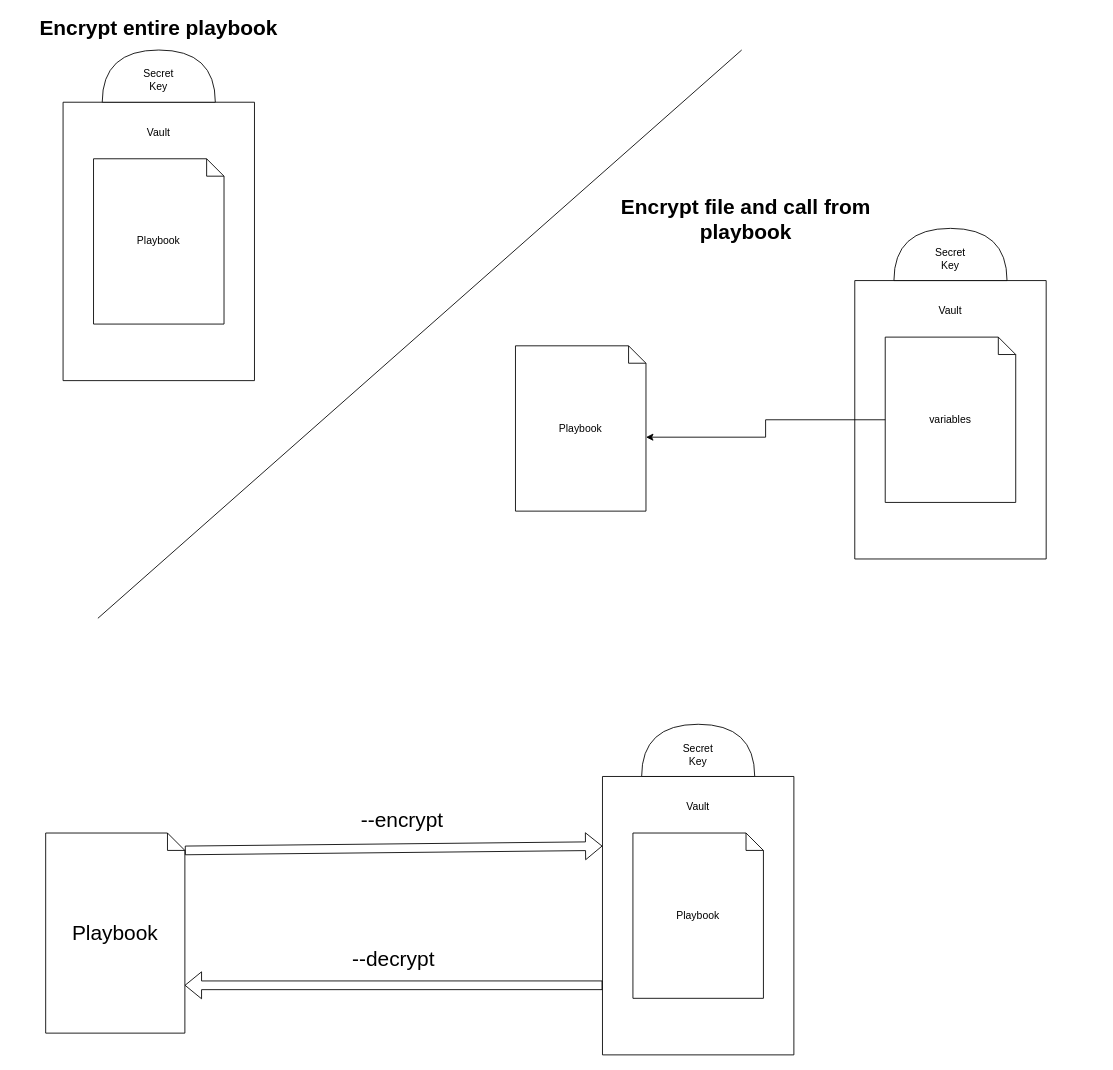
Before: page "Page-4" (4 of 5) of Untitled Diagram.drawio in DevOpsAl/DOProject, a draw.io diagram. Source tidied: cells renumbered, new cells numbered last; positions are measured from the earlier drawing's top-left corner, leaving out a move shared by most shapes. Both pictures are drawn from the tidied source at 87%, with x=0, y=0 at pixel (15, 15).
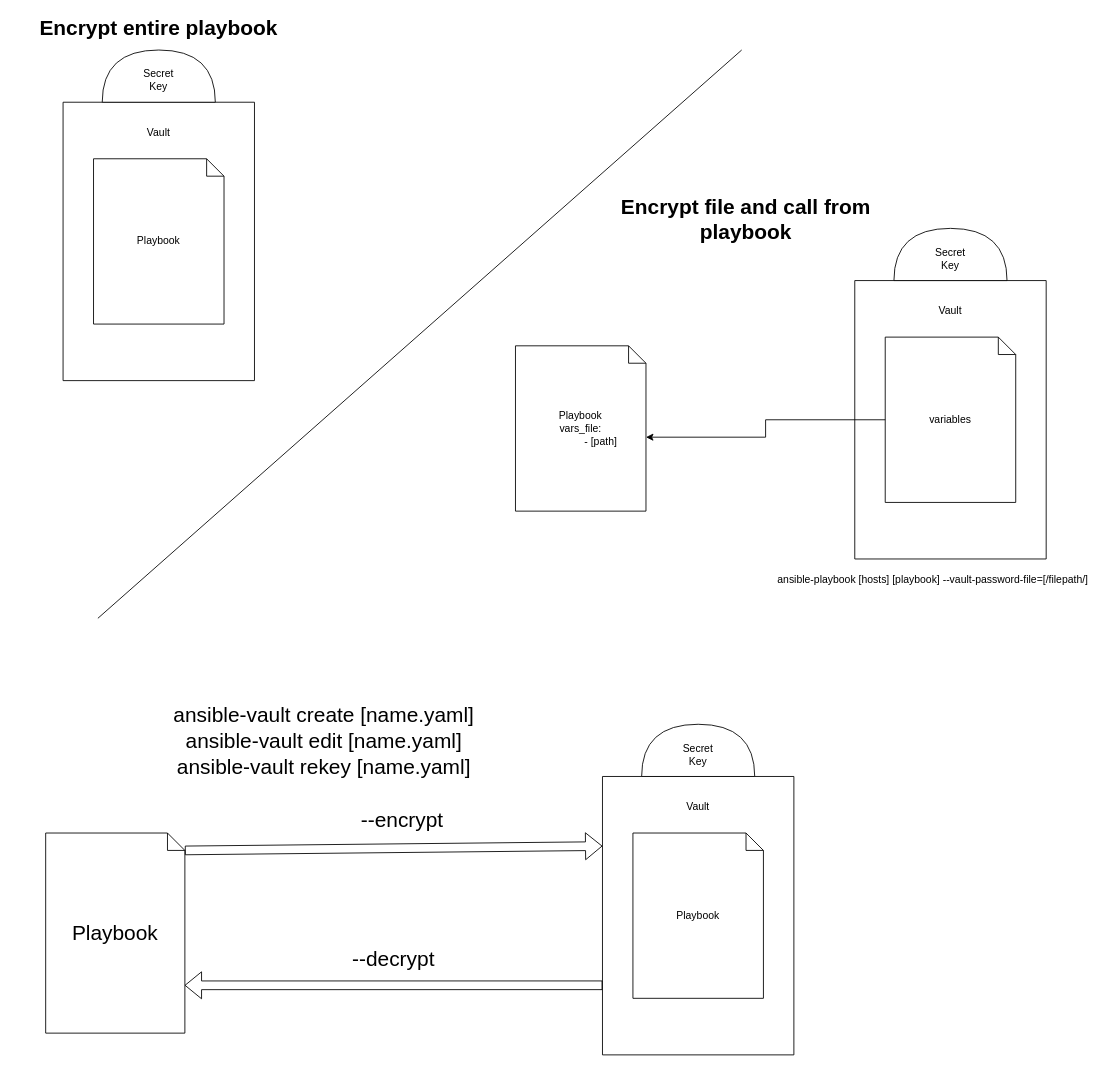
Above is the later version.

What changed in the source:
```diff
@@
-    <mxCell id="13" value="Playbook" style="shape=note;size=20;whiteSpace=wrap;html=1;" parent="1" vertex="1">
+    <mxCell id="13" value="Playbook&lt;br&gt;vars_file:&lt;br&gt;&amp;nbsp; &amp;nbsp; &amp;nbsp; &amp;nbsp; &amp;nbsp; &amp;nbsp; &amp;nbsp; - [path]" style="shape=note;size=20;whiteSpace=wrap;html=1;" parent="1" vertex="1">
       <mxGeometry x="575" y="380" width="150" height="190" as="geometry" />
     </mxCell>
@@
+    <mxCell id="27" value="ansible-vault create [name.yaml]" style="text;html=1;strokeColor=none;fillColor=none;align=center;verticalAlign=middle;whiteSpace=wrap;rounded=0;fontSize=24;" parent="1" vertex="1">
+      <mxGeometry x="105" y="790" width="500" height="30" as="geometry" />
+    </mxCell>
+    <mxCell id="28" value="ansible-vault edit [name.yaml]" style="text;html=1;strokeColor=none;fillColor=none;align=center;verticalAlign=middle;whiteSpace=wrap;rounded=0;fontSize=24;" parent="1" vertex="1">
+      <mxGeometry x="105" y="820" width="500" height="30" as="geometry" />
+    </mxCell>
+    <mxCell id="29" value="ansible-vault rekey [name.yaml]" style="text;html=1;strokeColor=none;fillColor=none;align=center;verticalAlign=middle;whiteSpace=wrap;rounded=0;fontSize=24;" parent="1" vertex="1">
+      <mxGeometry x="105" y="850" width="500" height="30" as="geometry" />
+    </mxCell>
+    <mxCell id="30" value="&lt;font style=&quot;font-size: 12px;&quot;&gt;ansible-playbook [hosts] [playbook] --vault-password-file=[/filepath/]&lt;/font&gt;" style="text;html=1;strokeColor=none;fillColor=none;align=center;verticalAlign=middle;whiteSpace=wrap;rounded=0;fontSize=24;" parent="1" vertex="1">
+      <mxGeometry x="865" y="630" width="380" height="30" as="geometry" />
+    </mxCell>
```
